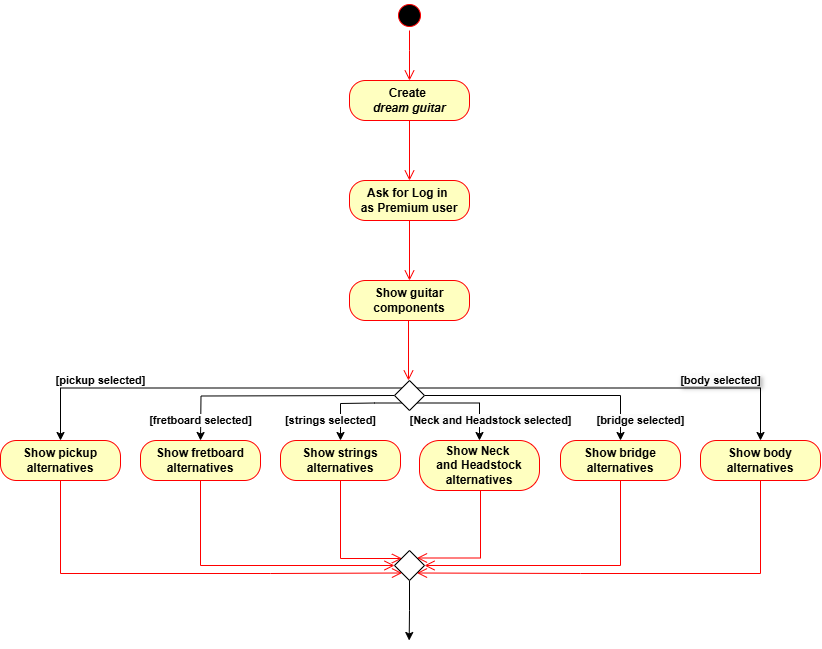
This is ActivityDiagramT.drawio.png from TizianoLilli/ISPW-Project, a draw.io export, as it was before one commit. Source tidied: cells renumbered, new cells last; positions are measured from the earlier drawing's top-left corner, leaving out a move shared by most shapes.
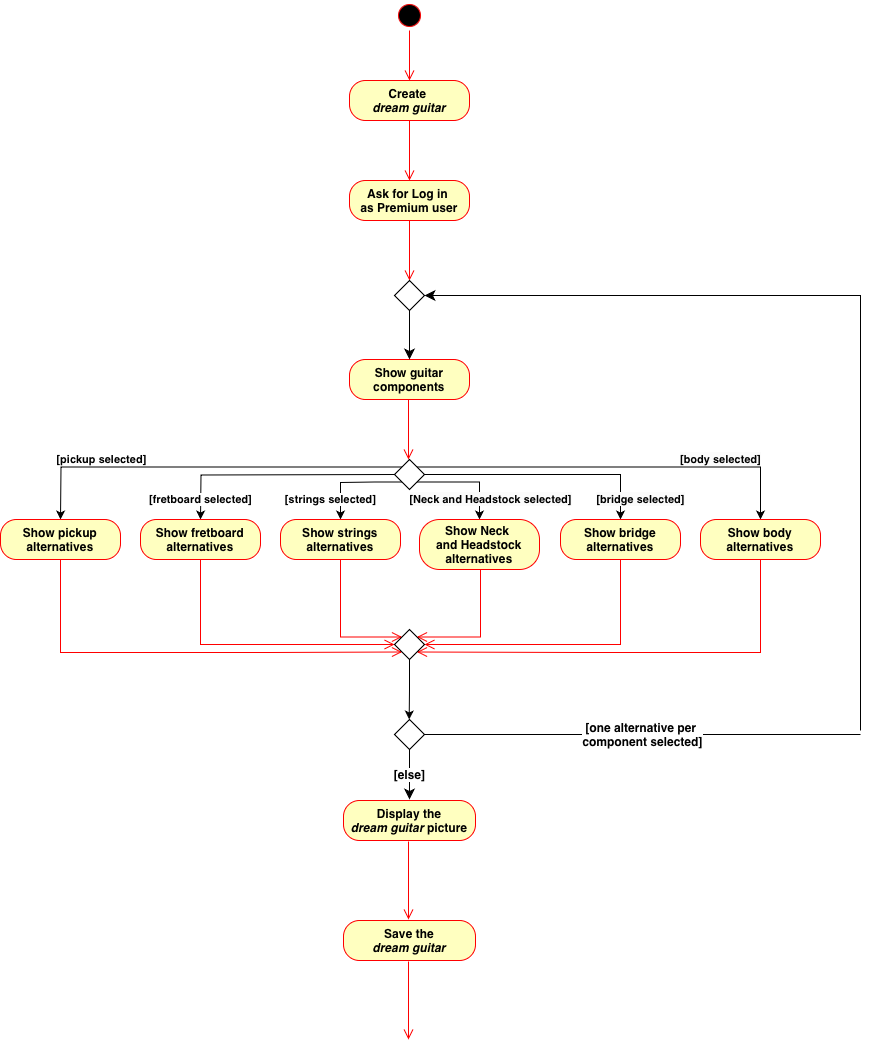
Later version of the same file.

Change to the diagram source:
```diff
@@ -3,33 +3,33 @@
     <mxCell id="0" />
     <mxCell id="1" parent="0" />
     <mxCell id="2" value="&lt;b&gt;Create&amp;nbsp;&lt;/b&gt;&lt;div&gt;&lt;b&gt;&lt;i&gt;dream guitar&lt;/i&gt;&lt;/b&gt;&lt;/div&gt;" style="rounded=1;whiteSpace=wrap;html=1;arcSize=40;fontColor=#000000;fillColor=#ffffc0;strokeColor=#ff0000;" parent="1" vertex="1">
-      <mxGeometry x="349" y="80" width="120" height="40" as="geometry" />
+      <mxGeometry x="349" y="1" width="120" height="40" as="geometry" />
     </mxCell>
     <mxCell id="3" style="edgeStyle=orthogonalEdgeStyle;html=1;verticalAlign=bottom;endArrow=open;endSize=8;strokeColor=#ff0000;rounded=0;" parent="1" edge="1">
       <mxGeometry relative="1" as="geometry">
-        <mxPoint x="409" y="120" as="sourcePoint" />
-        <mxPoint x="409" y="180" as="targetPoint" />
+        <mxPoint x="409" y="41" as="sourcePoint" />
+        <mxPoint x="409" y="101" as="targetPoint" />
       </mxGeometry>
     </mxCell>
     <mxCell id="4" style="ellipse;html=1;shape=startState;fillColor=#000000;strokeColor=#ff0000;" parent="1" vertex="1">
-      <mxGeometry x="394" width="30" height="30" as="geometry" />
+      <mxGeometry x="394" y="-79" width="30" height="30" as="geometry" />
     </mxCell>
     <mxCell id="5" style="edgeStyle=orthogonalEdgeStyle;html=1;verticalAlign=bottom;endArrow=open;endSize=8;strokeColor=#ff0000;rounded=0;entryX=0.5;entryY=0;entryDx=0;entryDy=0;" parent="1" edge="1" source="4">
       <mxGeometry relative="1" as="geometry">
-        <mxPoint x="409" y="80" as="targetPoint" />
+        <mxPoint x="409" y="1" as="targetPoint" />
         <Array as="points">
-          <mxPoint x="409" y="50" />
-          <mxPoint x="409" y="50" />
+          <mxPoint x="409" y="-29" />
+          <mxPoint x="409" y="-29" />
         </Array>
       </mxGeometry>
     </mxCell>
     <mxCell id="6" value="&lt;b&gt;Ask for&amp;nbsp;&lt;span style=&quot;background-color: initial;&quot;&gt;Log in&amp;nbsp;&lt;/span&gt;&lt;/b&gt;&lt;div&gt;&lt;span style=&quot;background-color: initial;&quot;&gt;&lt;b&gt;as Premium user&lt;/b&gt;&lt;/span&gt;&lt;/div&gt;" style="rounded=1;whiteSpace=wrap;html=1;arcSize=40;fontColor=#000000;fillColor=#ffffc0;strokeColor=#ff0000;" parent="1" vertex="1">
-      <mxGeometry x="349" y="180" width="120" height="40" as="geometry" />
+      <mxGeometry x="349" y="101" width="120" height="40" as="geometry" />
     </mxCell>
     <mxCell id="7" style="edgeStyle=orthogonalEdgeStyle;html=1;verticalAlign=bottom;endArrow=open;endSize=8;strokeColor=#ff0000;rounded=0;" parent="1" edge="1">
       <mxGeometry relative="1" as="geometry">
-        <mxPoint x="409" y="220" as="sourcePoint" />
-        <mxPoint x="409" y="280" as="targetPoint" />
+        <mxPoint x="409" y="141" as="sourcePoint" />
+        <mxPoint x="409" y="201" as="targetPoint" />
       </mxGeometry>
     </mxCell>
     <mxCell id="8" value="&lt;b&gt;Show guitar components&lt;/b&gt;" style="rounded=1;whiteSpace=wrap;html=1;arcSize=40;fontColor=#000000;fillColor=#ffffc0;strokeColor=#ff0000;" parent="1" vertex="1">
@@ -58,8 +58,10 @@
     <mxCell id="12" value="&lt;b style=&quot;background-color: rgb(251, 251, 251);&quot;&gt;[bridge selected]&lt;/b&gt;" style="edgeStyle=orthogonalEdgeStyle;rounded=0;jettySize=auto;html=1;exitX=1;exitY=0.5;exitDx=0;exitDy=0;entryX=0.5;entryY=0;entryDx=0;entryDy=0;" parent="1" edge="1" source="16" target="21">
       <mxGeometry x="0.83" y="20" relative="1" as="geometry" />
     </mxCell>
-    <mxCell id="13" value="&lt;br&gt;&lt;b style=&quot;forced-color-adjust: none; color: rgb(0, 0, 0); font-family: Helvetica; font-size: 11px; font-style: normal; font-variant-ligatures: normal; font-variant-caps: normal; letter-spacing: normal; orphans: 2; text-align: center; text-indent: 0px; text-transform: none; widows: 2; word-spacing: 0px; -webkit-text-stroke-width: 0px; white-space: nowrap; text-decoration-thickness: initial; text-decoration-style: initial; text-decoration-color: initial;&quot;&gt;[pickup selected]&lt;/b&gt;&lt;div&gt;&lt;br/&gt;&lt;/div&gt;" style="edgeStyle=orthogonalEdgeStyle;rounded=0;jettySize=auto;html=1;exitX=0;exitY=0;exitDx=0;exitDy=0;entryX=0.5;entryY=0;entryDx=0;entryDy=0;labelBackgroundColor=none;" parent="1" edge="1" source="16" target="17">
-      <mxGeometry x="0.53" y="-8" relative="1" as="geometry" />
+    <mxCell id="13" value="&lt;br&gt;&lt;b style=&quot;forced-color-adjust: none; color: rgb(0, 0, 0); font-family: Helvetica; font-size: 11px; font-style: normal; font-variant-ligatures: normal; font-variant-caps: normal; letter-spacing: normal; orphans: 2; text-align: center; text-indent: 0px; text-transform: none; widows: 2; word-spacing: 0px; -webkit-text-stroke-width: 0px; white-space: nowrap; text-decoration-thickness: initial; text-decoration-style: initial; text-decoration-color: initial;&quot;&gt;[pickup selected]&lt;/b&gt;&lt;div&gt;&lt;br/&gt;&lt;/div&gt;" style="edgeStyle=orthogonalEdgeStyle;rounded=0;jettySize=auto;html=1;exitX=0;exitY=0;exitDx=0;exitDy=0;entryX=0.5;entryY=0;entryDx=0;entryDy=0;labelBackgroundColor=none;" parent="1" edge="1" source="16">
+      <mxGeometry x="0.53" y="-8" relative="1" as="geometry">
+        <mxPoint x="60" y="440" as="targetPoint" />
+      </mxGeometry>
     </mxCell>
     <mxCell id="14" value="&lt;br&gt;&lt;b style=&quot;forced-color-adjust: none; color: rgb(0, 0, 0); font-family: Helvetica; font-size: 11px; font-style: normal; font-variant-ligatures: normal; font-variant-caps: normal; letter-spacing: normal; orphans: 2; text-align: center; text-indent: 0px; text-transform: none; widows: 2; word-spacing: 0px; -webkit-text-stroke-width: 0px; white-space: nowrap; background-color: rgb(251, 251, 251); text-decoration-thickness: initial; text-decoration-style: initial; text-decoration-color: initial;&quot;&gt;[body selected]&lt;/b&gt;&lt;div&gt;&lt;br/&gt;&lt;/div&gt;" style="edgeStyle=orthogonalEdgeStyle;rounded=0;jettySize=auto;html=1;exitX=1;exitY=0;exitDx=0;exitDy=0;entryX=0.5;entryY=0;entryDx=0;entryDy=0;textShadow=1;labelBackgroundColor=none;" parent="1" edge="1" source="16" target="27">
       <mxGeometry x="0.53" y="8" relative="1" as="geometry" />
@@ -77,8 +79,9 @@
     <mxCell id="17" value="&lt;b&gt;Show pickup&lt;/b&gt;&lt;div&gt;&lt;b&gt;alternatives&lt;/b&gt;&lt;/div&gt;" style="rounded=1;whiteSpace=wrap;html=1;arcSize=40;fontColor=#000000;fillColor=#ffffc0;strokeColor=#ff0000;" parent="1" vertex="1">
       <mxGeometry y="440" width="120" height="40" as="geometry" />
     </mxCell>
-    <mxCell id="18" style="edgeStyle=orthogonalEdgeStyle;html=1;verticalAlign=bottom;endArrow=open;endSize=8;strokeColor=#ff0000;rounded=0;entryX=0;entryY=1;entryDx=0;entryDy=0;" parent="1" edge="1" source="17" target="30">
+    <mxCell id="18" style="edgeStyle=orthogonalEdgeStyle;html=1;verticalAlign=bottom;endArrow=open;endSize=8;strokeColor=#ff0000;rounded=0;entryX=0;entryY=1;entryDx=0;entryDy=0;" parent="1" edge="1" target="30">
       <mxGeometry relative="1" as="geometry">
+        <mxPoint x="60" y="480" as="sourcePoint" />
         <Array as="points">
           <mxPoint x="60" y="573" />
           <mxPoint x="270" y="573" />
@@ -145,5 +148,59 @@
     <mxCell id="30" style="rhombus;whiteSpace=wrap;html=1;" parent="1" vertex="1">
       <mxGeometry x="394" y="550" width="30" height="30" as="geometry" />
     </mxCell>
+    <mxCell id="31" value="[else]" style="edgeStyle=none;curved=1;rounded=0;jettySize=auto;html=1;exitX=0.5;exitY=1;exitDx=0;exitDy=0;fontSize=12;startSize=8;endSize=8;fontStyle=1;" parent="1" edge="1" source="33">
+      <mxGeometry relative="1" as="geometry">
+        <mxPoint x="409" y="720" as="targetPoint" />
+      </mxGeometry>
+    </mxCell>
+    <mxCell id="32" value="[one alternative per&amp;nbsp;&lt;div&gt;component selected]&lt;/div&gt;" style="edgeStyle=none;curved=1;rounded=0;orthogonalLoop=1;jettySize=auto;html=1;exitX=1;exitY=0.5;exitDx=0;exitDy=0;fontSize=12;startSize=8;endSize=8;fontStyle=1;endArrow=none;endFill=0;" parent="1" edge="1">
+      <mxGeometry relative="1" as="geometry">
+        <mxPoint x="424" y="655" as="sourcePoint" />
+        <mxPoint x="860" y="655" as="targetPoint" />
+      </mxGeometry>
+    </mxCell>
+    <mxCell id="33" style="rhombus;whiteSpace=wrap;html=1;" parent="1" vertex="1">
+      <mxGeometry x="394" y="640" width="30" height="30" as="geometry" />
+    </mxCell>
+    <mxCell id="34" style="edgeStyle=none;curved=1;rounded=0;jettySize=auto;html=1;exitX=0.5;exitY=1;exitDx=0;exitDy=0;entryX=0.5;entryY=0;entryDx=0;entryDy=0;fontSize=12;startSize=8;endSize=8;" parent="1" edge="1" source="35" target="8">
+      <mxGeometry relative="1" as="geometry" />
+    </mxCell>
+    <mxCell id="35" style="rhombus;whiteSpace=wrap;html=1;" parent="1" vertex="1">
+      <mxGeometry x="394" y="201" width="30" height="30" as="geometry" />
+    </mxCell>
+    <mxCell id="36" style="edgeStyle=none;jettySize=auto;html=1;rounded=0;fontSize=12;startSize=8;endSize=8;curved=0;entryX=1;entryY=0.5;entryDx=0;entryDy=0;" parent="1" edge="1" target="35">
+      <mxGeometry relative="1" as="geometry">
+        <mxPoint x="860" y="651" as="sourcePoint" />
+        <Array as="points">
+          <mxPoint x="860" y="216" />
+        </Array>
+      </mxGeometry>
+    </mxCell>
+    <mxCell id="37" value="&lt;b&gt;Display the&lt;/b&gt;&lt;div&gt;&lt;b&gt;&lt;i&gt;dream guitar &lt;/i&gt;picture&lt;/b&gt;&lt;/div&gt;" style="rounded=1;whiteSpace=wrap;html=1;arcSize=40;fontColor=#000000;fillColor=#ffffc0;strokeColor=#ff0000;" parent="1" vertex="1">
+      <mxGeometry x="343" y="721" width="132" height="40" as="geometry" />
+    </mxCell>
+    <mxCell id="38" style="edgeStyle=orthogonalEdgeStyle;html=1;verticalAlign=bottom;endArrow=open;endSize=8;strokeColor=#ff0000;rounded=0;" parent="1" edge="1">
+      <mxGeometry relative="1" as="geometry">
+        <mxPoint x="408" y="762" as="sourcePoint" />
+        <mxPoint x="408" y="840" as="targetPoint" />
+        <Array as="points">
+          <mxPoint x="408" y="829" />
+          <mxPoint x="408" y="829" />
+        </Array>
+      </mxGeometry>
+    </mxCell>
+    <mxCell id="39" value="&lt;b&gt;Save the&lt;/b&gt;&lt;div&gt;&lt;b&gt;&lt;i&gt;dream guitar &lt;/i&gt;&lt;/b&gt;&lt;/div&gt;" style="rounded=1;whiteSpace=wrap;html=1;arcSize=40;fontColor=#000000;fillColor=#ffffc0;strokeColor=#ff0000;" parent="1" vertex="1">
+      <mxGeometry x="343" y="841" width="132" height="40" as="geometry" />
+    </mxCell>
+    <mxCell id="40" style="edgeStyle=orthogonalEdgeStyle;html=1;verticalAlign=bottom;endArrow=open;endSize=8;strokeColor=#ff0000;rounded=0;" parent="1" edge="1">
+      <mxGeometry relative="1" as="geometry">
+        <mxPoint x="408" y="882" as="sourcePoint" />
+        <mxPoint x="408" y="960" as="targetPoint" />
+        <Array as="points">
+          <mxPoint x="408" y="949" />
+          <mxPoint x="408" y="949" />
+        </Array>
+      </mxGeometry>
+    </mxCell>
   </root>
 </mxGraphModel>
```
